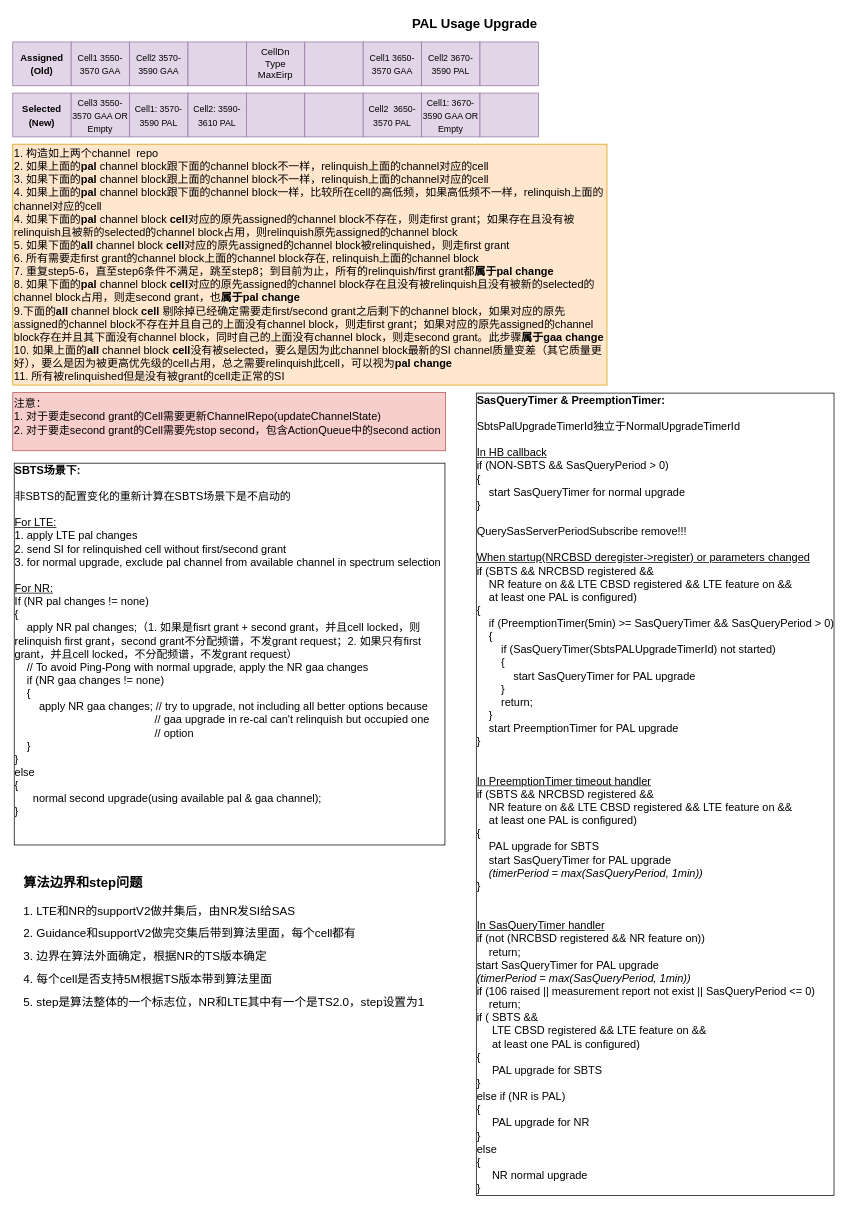
The draw.io diagram Pal_Change_Algorithm.drawio in xdlhzdh/drawio, before the edit. Source tidied: cells renumbered, new cells numbered last; positions are measured from the earlier drawing's top-left corner, leaving out a move shared by most shapes. Both pictures are drawn from the tidied source at 73%, with x=0, y=0 at pixel (12, 12).
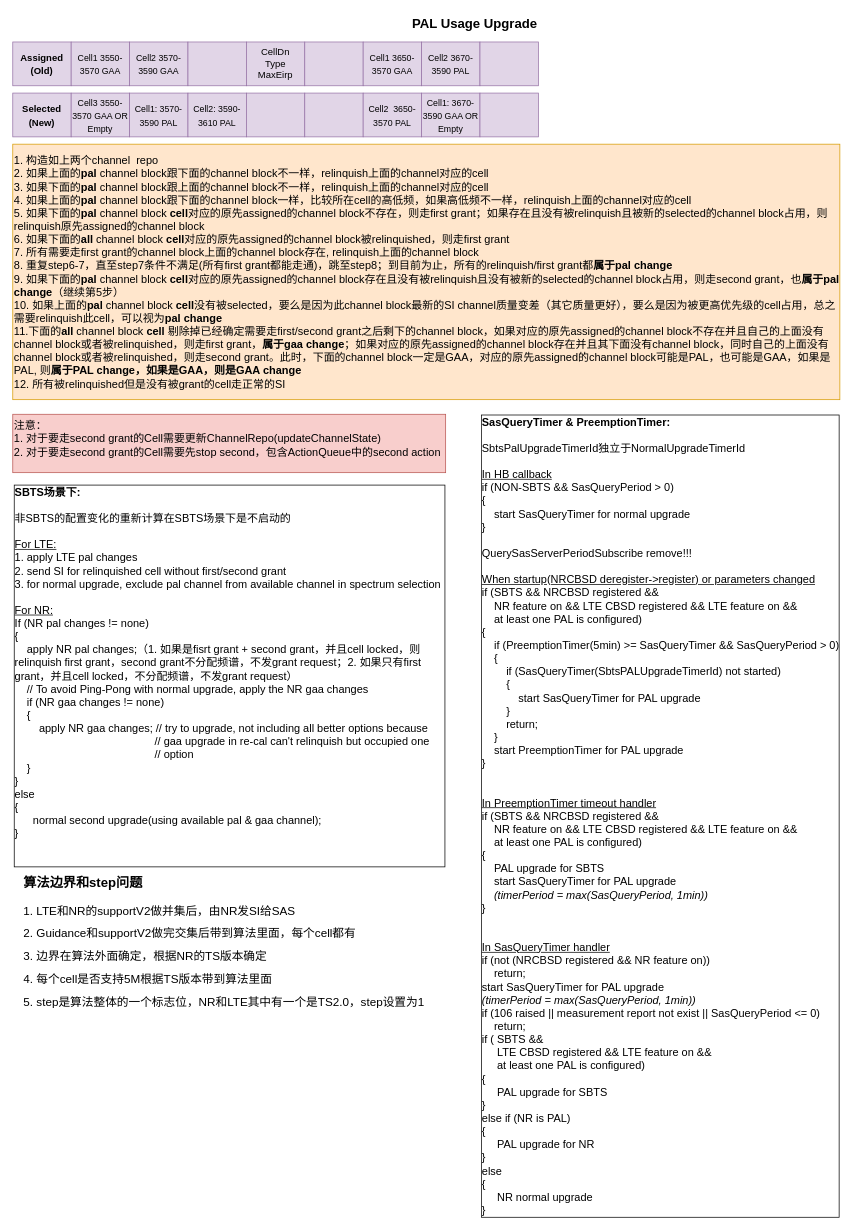
The same page after the edit.

What changed in the source:
```diff
@@
-    <mxCell id="2" value="1. 构造如上两个channel&amp;nbsp; repo&lt;br&gt;2. 如果上面的&lt;b&gt;pal &lt;/b&gt;channel block跟下面的channel block不一样，relinquish上面的channel对应的cell&lt;br&gt;3. 如果下面的&lt;b&gt;pal &lt;/b&gt;channel block跟上面的channel block不一样，relinquish上面的channel对应的cell&lt;br&gt;4. 如果上面的&lt;b&gt;pal &lt;/b&gt;channel block跟下面的channel block一样，比较所在cell的高低频，如果高低频不一样，relinquish上面的channel对应的cell&lt;br&gt;4. 如果下面的&lt;b&gt;pal &lt;/b&gt;channel block &lt;b&gt;cell&lt;/b&gt;对应的原先assigned的channel block不存在，则走first grant；如果存在且没有被relinquish且被新的selected的channel block占用，则relinquish原先assigned的channel block&lt;br&gt;5. 如果下面的&lt;b&gt;all &lt;/b&gt;channel block &lt;b&gt;cell&lt;/b&gt;对应的原先assigned的channel block被relinquished，则走first grant&lt;br&gt;6. 所有需要走first grant的channel block上面的channel block存在, relinquish上面的channel block&lt;br&gt;7. 重复step5-6，直至step6条件不满足，跳至step8；到目前为止，所有的relinquish/first grant都&lt;b&gt;属于pal change&lt;/b&gt;&lt;br&gt;8. 如果下面的&lt;b&gt;pal &lt;/b&gt;channel block &lt;b&gt;cell&lt;/b&gt;对应的原先assigned的channel block存在且没有被relinquish且没有被新的selected的channel block占用，则走second grant，也&lt;b&gt;属于pal change&lt;/b&gt;&lt;br&gt;9.下面的&lt;b&gt;all &lt;/b&gt;channel block &lt;b&gt;cell &lt;/b&gt;剔除掉已经确定需要走first/second grant之后剩下的channel block，如果对应的原先assigned的channel block不存在并且自己的上面没有channel block，则走first grant；如果对应的原先assigned的channel block存在并且其下面没有channel block，同时自己的上面没有channel block，则走second grant。此步骤&lt;b&gt;属于gaa change&lt;/b&gt;&lt;br&gt;10. 如果上面的&lt;b&gt;all&amp;nbsp;&lt;/b&gt;channel block &lt;b&gt;cell&lt;/b&gt;没有被selected，要么是因为此channel block最新的SI channel质量变差（其它质量更好），要么是因为被更高优先级的cell占用，总之需要relinquish此cell，可以视为&lt;b&gt;pal change&lt;/b&gt;&lt;br&gt;11. 所有被relinquished但是没有被grant的cell走正常的SI" style="rounded=0;whiteSpace=wrap;html=1;align=left;fontSize=15;fillColor=#ffe6cc;strokeColor=#d79b00;fontFamily=Helvetica;" parent="1" vertex="1">
-      <mxGeometry y="180" width="814" height="330" as="geometry" />
+    <mxCell id="2" value="1. 构造如上两个channel&amp;nbsp; repo&lt;br&gt;2. 如果上面的&lt;b&gt;pal &lt;/b&gt;channel block跟下面的channel block不一样，relinquish上面的channel对应的cell&lt;br&gt;3. 如果下面的&lt;b&gt;pal &lt;/b&gt;channel block跟上面的channel block不一样，relinquish上面的channel对应的cell&lt;br&gt;4. 如果上面的&lt;b&gt;pal &lt;/b&gt;channel block跟下面的channel block一样，比较所在cell的高低频，如果高低频不一样，relinquish上面的channel对应的cell&lt;br&gt;5. 如果下面的&lt;b&gt;pal &lt;/b&gt;channel block &lt;b&gt;cell&lt;/b&gt;对应的原先assigned的channel block不存在，则走first grant；如果存在且没有被relinquish且被新的selected的channel block占用，则relinquish原先assigned的channel block&lt;br&gt;6. 如果下面的&lt;b&gt;all &lt;/b&gt;channel block &lt;b&gt;cell&lt;/b&gt;对应的原先assigned的channel block被relinquished，则走first grant&lt;br&gt;7. 所有需要走first grant的channel block上面的channel block存在, relinquish上面的channel block&lt;br&gt;8. 重复step6-7，直至step7条件不满足(所有first grant都能走通)，跳至step8；到目前为止，所有的relinquish/first grant都&lt;b&gt;属于pal change&lt;/b&gt;&lt;br&gt;9. 如果下面的&lt;b&gt;pal &lt;/b&gt;channel block &lt;b&gt;cell&lt;/b&gt;对应的原先assigned的channel block存在且没有被relinquish且没有被新的selected的channel block占用，则走second grant，也&lt;b&gt;属于pal change&lt;/b&gt;（继续第5步）&lt;br&gt;10. 如果上面的&lt;b&gt;pal&amp;nbsp;&lt;/b&gt;channel block&amp;nbsp;&lt;b&gt;cell&lt;/b&gt;没有被selected，要么是因为此channel block最新的SI channel质量变差（其它质量更好），要么是因为被更高优先级的cell占用，总之需要relinquish此cell，可以视为&lt;b&gt;pal change&lt;/b&gt;&lt;br&gt;11.下面的&lt;b&gt;all &lt;/b&gt;channel block &lt;b&gt;cell &lt;/b&gt;剔除掉已经确定需要走first/second grant之后剩下的channel block，如果对应的原先assigned的channel block不存在并且自己的上面没有channel block或者被relinquished，则走first grant，&lt;b&gt;属于gaa change&lt;/b&gt;；如果对应的原先assigned的channel block存在并且其下面没有channel block，同时自己的上面没有channel block或者被relinquished，则走second grant。此时，下面的channel block一定是GAA，对应的原先assigned的channel block可能是PAL，也可能是GAA，如果是PAL, 则&lt;b&gt;属于PAL change，如果是GAA，则是GAA change&lt;/b&gt;&lt;br&gt;12. 所有被relinquished但是没有被grant的cell走正常的SI" style="rounded=0;whiteSpace=wrap;html=1;align=left;fontSize=15;fillColor=#ffe6cc;strokeColor=#d79b00;fontFamily=Helvetica;" parent="1" vertex="1">
+      <mxGeometry y="180" width="1133" height="350" as="geometry" />
     </mxCell>
@@
     <mxCell id="22" value="&lt;font style=&quot;font-size: 15px&quot;&gt;注意：&lt;br&gt;1. 对于要走second grant的Cell需要更新ChannelRepo(updateChannelState)&lt;br&gt;2. 对于要走second grant的Cell需要先stop second，包含ActionQueue中的second action&lt;br&gt;&lt;/font&gt;" style="text;html=1;strokeColor=#b85450;fillColor=#f8cecc;align=left;verticalAlign=top;whiteSpace=wrap;rounded=0;fontSize=14;fontFamily=Helvetica;" parent="1" vertex="1">
-      <mxGeometry y="520" width="593" height="80" as="geometry" />
+      <mxGeometry y="550" width="593" height="80" as="geometry" />
     </mxCell>
     <mxCell id="23" value="&lt;font style=&quot;font-size: 15px;&quot;&gt;&lt;font style=&quot;font-size: 15px;&quot;&gt;&lt;b style=&quot;&quot;&gt;SBTS场景下:&lt;/b&gt;&lt;br style=&quot;&quot;&gt;&lt;br&gt;非SBTS的配置变化的重新计算在SBTS场景下是不启动的&lt;br&gt;&lt;br&gt;&lt;u style=&quot;&quot;&gt;For LTE:&lt;/u&gt;&lt;br style=&quot;&quot;&gt;1. apply LTE pal changes&lt;br style=&quot;&quot;&gt;2. send SI for relinquished cell without first/second grant&lt;br style=&quot;&quot;&gt;3. for normal upgrade, exclude pal channel from available channel in spectrum selection&amp;nbsp;&lt;br style=&quot;&quot;&gt;&lt;br style=&quot;&quot;&gt;&lt;u style=&quot;&quot;&gt;For NR:&lt;/u&gt;&lt;/font&gt;&lt;br style=&quot;&quot;&gt;If (NR pal changes != none)&lt;br style=&quot;&quot;&gt;{&lt;br style=&quot;&quot;&gt;&amp;nbsp; &amp;nbsp; apply NR pal changes;（1. 如果是fisrt grant + second grant，并且cell locked，则relinquish first grant，second grant不分配频谱，不发grant request；2. 如果只有first grant，并且cell locked，不分配频谱，不发grant request）&lt;br&gt;&amp;nbsp; &amp;nbsp; // To avoid Ping-Pong with normal upgrade, apply the&amp;nbsp;NR gaa changes&lt;br style=&quot;&quot;&gt;&amp;nbsp; &amp;nbsp; if (NR gaa changes != none)&lt;br style=&quot;&quot;&gt;&amp;nbsp; &amp;nbsp; {&lt;br style=&quot;&quot;&gt;&amp;nbsp; &amp;nbsp; &amp;nbsp; &amp;nbsp; apply NR gaa changes; // try to upgrade, not including all better options because&amp;nbsp;&lt;br&gt;&amp;nbsp; &amp;nbsp; &amp;nbsp; &amp;nbsp; &amp;nbsp; &amp;nbsp; &amp;nbsp; &amp;nbsp; &amp;nbsp; &amp;nbsp; &amp;nbsp; &amp;nbsp; &amp;nbsp; &amp;nbsp; &amp;nbsp; &amp;nbsp; &amp;nbsp; &amp;nbsp; &amp;nbsp; &amp;nbsp; &amp;nbsp; &amp;nbsp; &amp;nbsp; // gaa upgrade in re-cal can't relinquish but occupied one&amp;nbsp; &amp;nbsp; &amp;nbsp; &amp;nbsp; &amp;nbsp; &amp;nbsp; &amp;nbsp; &amp;nbsp; &amp;nbsp; &amp;nbsp; &amp;nbsp; &amp;nbsp; &amp;nbsp; &amp;nbsp; &amp;nbsp; &amp;nbsp; &amp;nbsp; &amp;nbsp; &amp;nbsp; &amp;nbsp; &amp;nbsp; &amp;nbsp; &amp;nbsp; &amp;nbsp; &amp;nbsp; &amp;nbsp; // option&lt;br style=&quot;&quot;&gt;&amp;nbsp; &amp;nbsp; }&lt;br style=&quot;&quot;&gt;}&lt;br style=&quot;&quot;&gt;else&lt;br style=&quot;&quot;&gt;{&lt;br style=&quot;&quot;&gt;&amp;nbsp; &amp;nbsp; &amp;nbsp; normal second upgrade(using available pal &amp;amp; gaa channel);&lt;br style=&quot;&quot;&gt;}&lt;br&gt;&lt;br&gt;&lt;br&gt;&lt;/font&gt;" style="text;html=1;strokeColor=none;fillColor=none;align=left;verticalAlign=top;whiteSpace=wrap;rounded=0;fontSize=14;fontFamily=Helvetica;labelBorderColor=default;labelBackgroundColor=none;sketch=0;shadow=0;glass=0;" parent="1" vertex="1">
-      <mxGeometry y="610" width="593" height="540" as="geometry" />
+      <mxGeometry y="640" width="593" height="540" as="geometry" />
     </mxCell>
     <mxCell id="24" value="&lt;div style=&quot;font-size: 15px;&quot;&gt;&lt;font style=&quot;font-size: 15px;&quot;&gt;&lt;b style=&quot;&quot;&gt;SasQueryTimer &amp;amp; PreemptionTimer:&lt;/b&gt;&lt;/font&gt;&lt;/div&gt;&lt;div style=&quot;font-size: 15px;&quot;&gt;&lt;br&gt;&lt;/div&gt;&lt;div style=&quot;font-size: 15px;&quot;&gt;&lt;font style=&quot;font-size: 15px;&quot;&gt;SbtsPalUpgradeTimerId独立于NormalUpgradeTimerId&lt;/font&gt;&lt;/div&gt;&lt;div style=&quot;font-size: 15px;&quot;&gt;&lt;font style=&quot;font-size: 15px;&quot;&gt;&lt;br&gt;&lt;/font&gt;&lt;/div&gt;&lt;div style=&quot;font-size: 15px;&quot;&gt;&lt;font style=&quot;font-size: 15px;&quot;&gt;&lt;u&gt;In HB callback&lt;/u&gt;&lt;/font&gt;&lt;/div&gt;&lt;div style=&quot;font-size: 15px;&quot;&gt;&lt;font style=&quot;font-size: 15px;&quot;&gt;if (NON-SBTS &amp;amp;&amp;amp; SasQueryPeriod &amp;gt; 0)&lt;/font&gt;&lt;/div&gt;&lt;div style=&quot;font-size: 15px;&quot;&gt;&lt;font style=&quot;font-size: 15px;&quot;&gt;{&lt;/font&gt;&lt;/div&gt;&lt;div style=&quot;font-size: 15px;&quot;&gt;&lt;font style=&quot;font-size: 15px;&quot;&gt;&amp;nbsp; &amp;nbsp; start SasQueryTimer for normal upgrade&lt;/font&gt;&lt;/div&gt;&lt;div style=&quot;font-size: 15px;&quot;&gt;&lt;font style=&quot;font-size: 15px;&quot;&gt;}&lt;/font&gt;&lt;/div&gt;&lt;div style=&quot;font-size: 15px;&quot;&gt;&lt;font style=&quot;font-size: 15px;&quot;&gt;&lt;br&gt;&lt;/font&gt;&lt;/div&gt;&lt;div style=&quot;font-size: 15px;&quot;&gt;&lt;font style=&quot;font-size: 15px;&quot;&gt;QuerySasServerPeriodSubscribe remove!!!&lt;/font&gt;&lt;/div&gt;&lt;div style=&quot;font-size: 15px;&quot;&gt;&lt;font style=&quot;font-size: 15px;&quot;&gt;&lt;br&gt;&lt;/font&gt;&lt;/div&gt;&lt;div style=&quot;font-size: 15px;&quot;&gt;&lt;font style=&quot;font-size: 15px;&quot;&gt;&lt;u&gt;When startup(NRCBSD deregister-&amp;gt;register) or parameters changed&lt;/u&gt;&lt;/font&gt;&lt;/div&gt;&lt;div style=&quot;font-size: 15px;&quot;&gt;&lt;div&gt;&lt;font style=&quot;font-size: 15px;&quot;&gt;if (SBTS &amp;amp;&amp;amp; NRCBSD registered &amp;amp;&amp;amp;&lt;/font&gt;&lt;/div&gt;&lt;font style=&quot;font-size: 15px;&quot;&gt;&amp;nbsp; &amp;nbsp; NR feature on &amp;amp;&amp;amp; LTE CBSD registered &amp;amp;&amp;amp; LTE feature on &amp;amp;&amp;amp;&lt;br&gt;&amp;nbsp; &amp;nbsp; at least one PAL is configured&lt;span style=&quot;background-color: initial;&quot;&gt;)&lt;/span&gt;&lt;br&gt;&lt;/font&gt;&lt;/div&gt;&lt;div style=&quot;font-size: 15px;&quot;&gt;&lt;font style=&quot;font-size: 15px;&quot;&gt;{&lt;/font&gt;&lt;/div&gt;&lt;div style=&quot;font-size: 15px;&quot;&gt;&lt;font style=&quot;font-size: 15px;&quot;&gt;&amp;nbsp; &amp;nbsp; if (PreemptionTimer(5min) &amp;gt;= SasQueryTimer &amp;amp;&amp;amp; SasQueryPeriod&amp;nbsp;&amp;gt; 0)&lt;/font&gt;&lt;/div&gt;&lt;div style=&quot;font-size: 15px;&quot;&gt;&lt;font style=&quot;font-size: 15px;&quot;&gt;&amp;nbsp; &amp;nbsp; {&lt;/font&gt;&lt;/div&gt;&lt;div style=&quot;font-size: 15px;&quot;&gt;&lt;font style=&quot;font-size: 15px;&quot;&gt;&amp;nbsp; &amp;nbsp; &amp;nbsp; &amp;nbsp; if (SasQueryTimer(SbtsPALUpgradeTimerId) not started)&lt;/font&gt;&lt;/div&gt;&lt;div style=&quot;font-size: 15px;&quot;&gt;&lt;font style=&quot;font-size: 15px;&quot;&gt;&amp;nbsp; &amp;nbsp; &amp;nbsp; &amp;nbsp; {&lt;/font&gt;&lt;/div&gt;&lt;div style=&quot;font-size: 15px;&quot;&gt;&lt;font style=&quot;font-size: 15px;&quot;&gt;&amp;nbsp; &amp;nbsp; &amp;nbsp; &amp;nbsp; &amp;nbsp; &amp;nbsp; start SasQueryTimer for PAL upgrade&lt;/font&gt;&lt;/div&gt;&lt;div style=&quot;font-size: 15px;&quot;&gt;&lt;font style=&quot;font-size: 15px;&quot;&gt;&amp;nbsp; &amp;nbsp; &amp;nbsp; &amp;nbsp; }&lt;/font&gt;&lt;/div&gt;&lt;div style=&quot;font-size: 15px;&quot;&gt;&lt;font style=&quot;font-size: 15px;&quot;&gt;&amp;nbsp; &amp;nbsp; &amp;nbsp; &amp;nbsp; return;&lt;/font&gt;&lt;/div&gt;&lt;div style=&quot;font-size: 15px;&quot;&gt;&lt;font style=&quot;font-size: 15px;&quot;&gt;&amp;nbsp; &amp;nbsp; }&lt;/font&gt;&lt;/div&gt;&lt;div style=&quot;font-size: 15px;&quot;&gt;&lt;font style=&quot;font-size: 15px;&quot;&gt;&amp;nbsp; &amp;nbsp; start PreemptionTimer for PAL upgrade&lt;/font&gt;&lt;/div&gt;&lt;div style=&quot;font-size: 15px;&quot;&gt;&lt;font style=&quot;font-size: 15px;&quot;&gt;}&lt;/font&gt;&lt;/div&gt;&lt;div style=&quot;font-size: 15px;&quot;&gt;&lt;font style=&quot;font-size: 15px;&quot;&gt;&lt;br&gt;&lt;/font&gt;&lt;/div&gt;&lt;div style=&quot;font-size: 15px;&quot;&gt;&lt;font style=&quot;font-size: 15px;&quot;&gt;&lt;br&gt;&lt;/font&gt;&lt;/div&gt;&lt;div style=&quot;font-size: 15px;&quot;&gt;&lt;font style=&quot;font-size: 15px;&quot;&gt;&lt;u&gt;In PreemptionTimer timeout handler&lt;/u&gt;&lt;/font&gt;&lt;/div&gt;&lt;div style=&quot;font-size: 15px;&quot;&gt;&lt;font style=&quot;font-size: 15px;&quot;&gt;if (SBTS &amp;amp;&amp;amp; NRCBSD registered &amp;amp;&amp;amp;&lt;/font&gt;&lt;/div&gt;&lt;font style=&quot;font-size: 15px;&quot;&gt;&amp;nbsp; &amp;nbsp; NR feature on &amp;amp;&amp;amp; LTE CBSD registered &amp;amp;&amp;amp; LTE feature on &amp;amp;&amp;amp;&lt;br&gt;&amp;nbsp; &amp;nbsp; at least one PAL is configured&lt;span style=&quot;background-color: initial;&quot;&gt;)&lt;/span&gt;&lt;br&gt;&lt;/font&gt;&lt;div style=&quot;font-size: 15px;&quot;&gt;&lt;font style=&quot;font-size: 15px;&quot;&gt;{&lt;/font&gt;&lt;/div&gt;&lt;div style=&quot;font-size: 15px;&quot;&gt;&lt;font style=&quot;font-size: 15px;&quot;&gt;&amp;nbsp; &amp;nbsp; PAL upgrade for SBTS&lt;/font&gt;&lt;/div&gt;&lt;div style=&quot;font-size: 15px;&quot;&gt;&lt;font style=&quot;font-size: 15px;&quot;&gt;&amp;nbsp; &amp;nbsp; start SasQueryTimer for PAL upgrade&amp;nbsp;&lt;/font&gt;&lt;/div&gt;&lt;div style=&quot;font-size: 15px;&quot;&gt;&lt;font style=&quot;font-size: 15px;&quot;&gt;&amp;nbsp; &amp;nbsp; &lt;i&gt;(timerPeriod = max(SasQueryPeriod, 1min))&lt;/i&gt;&lt;/font&gt;&lt;/div&gt;&lt;div style=&quot;font-size: 15px;&quot;&gt;&lt;font style=&quot;font-size: 15px;&quot;&gt;}&lt;/font&gt;&lt;/div&gt;&lt;div style=&quot;font-size: 15px;&quot;&gt;&lt;font style=&quot;font-size: 15px;&quot;&gt;&lt;br&gt;&lt;/font&gt;&lt;/div&gt;&lt;div style=&quot;font-size: 15px;&quot;&gt;&lt;font style=&quot;font-size: 15px;&quot;&gt;&lt;br&gt;&lt;/font&gt;&lt;/div&gt;&lt;div style=&quot;font-size: 15px;&quot;&gt;&lt;font style=&quot;font-size: 15px;&quot;&gt;&lt;u&gt;In SasQueryTimer handler&lt;/u&gt;&lt;/font&gt;&lt;/div&gt;&lt;div style=&quot;font-size: 15px;&quot;&gt;&lt;div&gt;&lt;font style=&quot;font-size: 15px;&quot;&gt;if (not (NRCBSD registered &amp;amp;&amp;amp; NR feature on))&lt;/font&gt;&lt;/div&gt;&lt;div&gt;&lt;font style=&quot;font-size: 15px;&quot;&gt;&amp;nbsp; &amp;nbsp; return;&lt;/font&gt;&lt;/div&gt;&lt;div&gt;&lt;font style=&quot;font-size: 15px;&quot;&gt;start SasQueryTimer for PAL upgrade&lt;/font&gt;&lt;/div&gt;&lt;div&gt;&lt;font style=&quot;font-size: 15px;&quot;&gt;&lt;i style=&quot;&quot;&gt;(timerPeriod = max(SasQueryPeriod, 1min))&lt;/i&gt;&lt;/font&gt;&lt;/div&gt;&lt;div&gt;&lt;font style=&quot;font-size: 15px;&quot;&gt;if (106 raised || measurement report not exist ||&amp;nbsp;&lt;/font&gt;&lt;span style=&quot;background-color: initial;&quot;&gt;SasQueryPeriod &amp;lt;= 0)&lt;/span&gt;&lt;/div&gt;&lt;div&gt;&lt;font style=&quot;font-size: 15px;&quot;&gt;&amp;nbsp; &amp;nbsp; return;&lt;/font&gt;&lt;/div&gt;&lt;div&gt;&lt;font style=&quot;font-size: 15px;&quot;&gt;if ( SBTS &amp;amp;&amp;amp;&lt;/font&gt;&lt;/div&gt;&lt;div&gt;&lt;font style=&quot;font-size: 15px;&quot;&gt;&amp;nbsp; &amp;nbsp; &amp;nbsp;LTE CBSD registered &amp;amp;&amp;amp; LTE feature on &amp;amp;&amp;amp;&lt;/font&gt;&lt;/div&gt;&lt;div&gt;&lt;font style=&quot;font-size: 15px;&quot;&gt;&amp;nbsp; &amp;nbsp; &amp;nbsp;at least one PAL is configured)&lt;/font&gt;&lt;/div&gt;&lt;div&gt;&lt;font style=&quot;font-size: 15px;&quot;&gt;{&lt;/font&gt;&lt;/div&gt;&lt;div&gt;&lt;font style=&quot;font-size: 15px;&quot;&gt;&amp;nbsp; &amp;nbsp; &amp;nbsp;PAL upgrade for SBTS&lt;/font&gt;&lt;/div&gt;&lt;div&gt;&lt;font style=&quot;font-size: 15px;&quot;&gt;}&lt;/font&gt;&lt;/div&gt;&lt;div&gt;&lt;font style=&quot;font-size: 15px;&quot;&gt;else if (NR is PAL)&lt;/font&gt;&lt;/div&gt;&lt;div&gt;&lt;font style=&quot;font-size: 15px;&quot;&gt;{&lt;/font&gt;&lt;/div&gt;&lt;div&gt;&lt;font style=&quot;font-size: 15px;&quot;&gt;&amp;nbsp; &amp;nbsp; &amp;nbsp;PAL upgrade for NR&lt;/font&gt;&lt;/div&gt;&lt;div&gt;&lt;font style=&quot;font-size: 15px;&quot;&gt;}&lt;/font&gt;&lt;/div&gt;&lt;div&gt;&lt;font style=&quot;font-size: 15px;&quot;&gt;else&lt;/font&gt;&lt;/div&gt;&lt;div&gt;&lt;font style=&quot;font-size: 15px;&quot;&gt;{&lt;/font&gt;&lt;/div&gt;&lt;div&gt;&lt;font style=&quot;font-size: 15px;&quot;&gt;&amp;nbsp; &amp;nbsp; &amp;nbsp;NR normal upgrade&lt;/font&gt;&lt;/div&gt;&lt;div&gt;&lt;font style=&quot;font-size: 15px;&quot;&gt;}&lt;/font&gt;&lt;/div&gt;&lt;/div&gt;" style="text;html=1;strokeColor=none;fillColor=none;align=left;verticalAlign=middle;whiteSpace=wrap;rounded=0;sketch=0;shadow=0;labelBorderColor=default;" parent="1" vertex="1">
-      <mxGeometry x="633" y="520" width="500" height="1100" as="geometry" />
+      <mxGeometry x="640" y="550" width="500" height="1100" as="geometry" />
     </mxCell>
```
